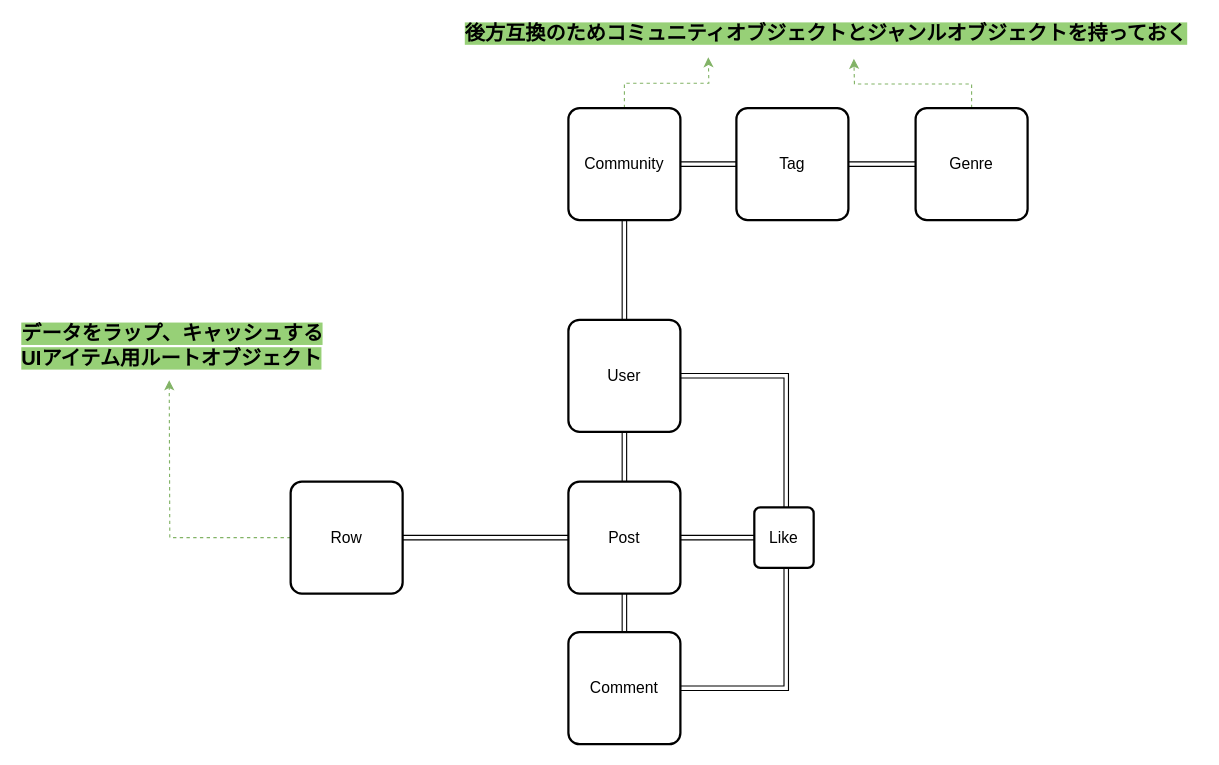
Before: page "Page-1" (1 of 2) of Untitled porahcdiagram.drawio in Tsutou/Diagram, a draw.io diagram. Source tidied: cells renumbered, new cells numbered last; positions are measured from the earlier drawing's top-left corner, leaving out a move shared by most shapes. Both pictures are drawn from the tidied source at 112%, with x=0, y=0 at pixel (18, 19).
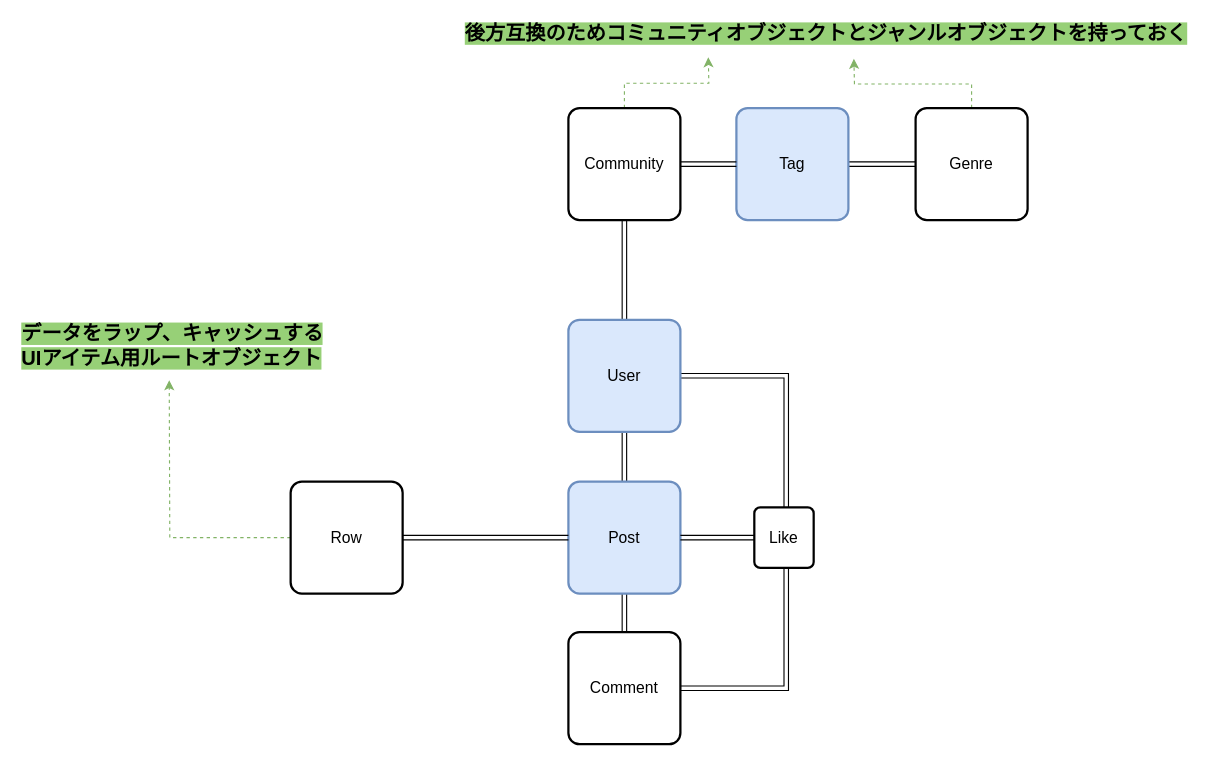
The same page after the edit.

Change to the diagram source:
```diff
@@
-    <mxCell id="5" value="User&lt;br&gt;" style="strokeWidth=2;rounded=1;arcSize=10;whiteSpace=wrap;html=1;align=center;fontSize=14;" parent="1" vertex="1">
+    <mxCell id="5" value="User&lt;br&gt;" style="strokeWidth=2;rounded=1;arcSize=10;whiteSpace=wrap;html=1;align=center;fontSize=14;fillColor=#dae8fc;strokeColor=#6c8ebf;" parent="1" vertex="1">
       <mxGeometry x="491" y="268" width="100" height="100" as="geometry" />
     </mxCell>
@@
-    <mxCell id="7" value="Post&lt;br&gt;" style="strokeWidth=2;rounded=1;arcSize=10;whiteSpace=wrap;html=1;align=center;fontSize=14;" parent="1" vertex="1">
+    <mxCell id="7" value="Post&lt;br&gt;" style="strokeWidth=2;rounded=1;arcSize=10;whiteSpace=wrap;html=1;align=center;fontSize=14;fillColor=#dae8fc;strokeColor=#6c8ebf;" parent="1" vertex="1">
       <mxGeometry x="491" y="412.5" width="100" height="100" as="geometry" />
     </mxCell>
@@
-    <mxCell id="15" value="Tag&lt;br&gt;" style="strokeWidth=2;rounded=1;arcSize=10;whiteSpace=wrap;html=1;align=center;fontSize=14;" parent="1" vertex="1">
+    <mxCell id="15" value="Tag&lt;br&gt;" style="strokeWidth=2;rounded=1;arcSize=10;whiteSpace=wrap;html=1;align=center;fontSize=14;fillColor=#dae8fc;strokeColor=#6c8ebf;" parent="1" vertex="1">
       <mxGeometry x="641" y="79" width="100" height="100" as="geometry" />
     </mxCell>
```
